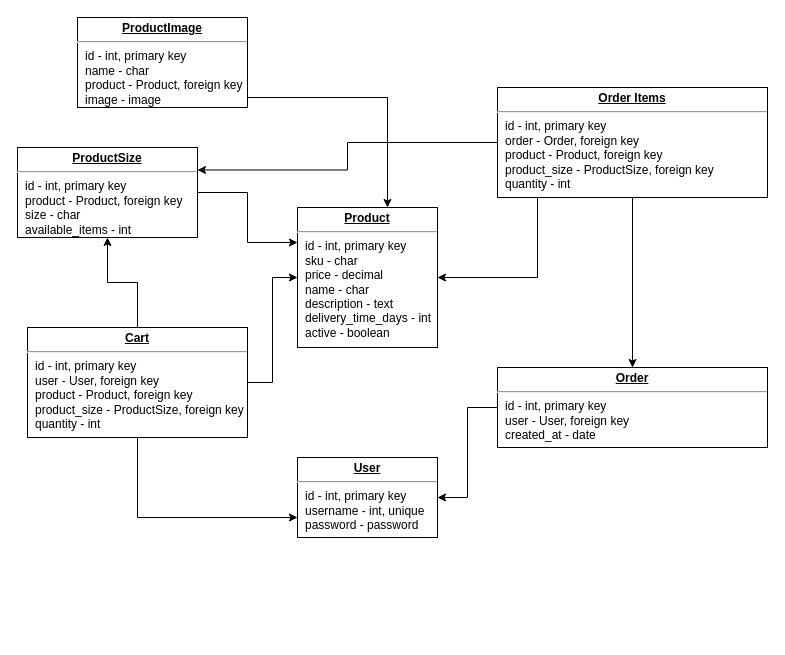
dragos-bizu/shopping-cart keeps this draw.io diagram as diagrams/database_diagram.drawio. Above is the earlier version. Source tidied: cells renumbered, new cells numbered last; positions are measured from the earlier drawing's top-left corner, leaving out a move shared by most shapes. Both pictures are drawn from the tidied source at 100%, with x=0, y=0 at pixel (17, 17).
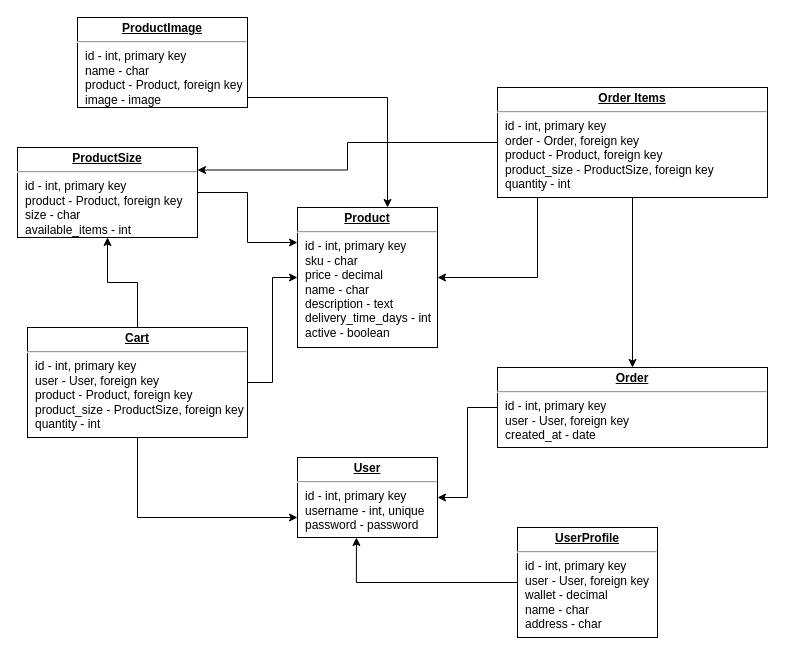
After the change.

Unchanged cells that the change refers to:
```xml
<mxCell id="13" value="&lt;p style=&quot;margin: 0px ; margin-top: 4px ; text-align: center ; text-decoration: underline&quot;&gt;&lt;b&gt;User&lt;/b&gt;&lt;/p&gt;&lt;hr&gt;&lt;p style=&quot;margin: 0px ; margin-left: 8px&quot;&gt;id - int, primary key&lt;/p&gt;&lt;p style=&quot;margin: 0px ; margin-left: 8px&quot;&gt;username - int, unique&lt;br&gt;password - password&lt;br&gt;&lt;br&gt;&lt;/p&gt;" style="verticalAlign=top;align=left;overflow=fill;fontSize=12;fontFamily=Helvetica;html=1;rounded=0;shadow=0;comic=0;labelBackgroundColor=none;strokeWidth=1;" parent="1" vertex="1">
  <mxGeometry x="280" y="440" width="140" height="80" as="geometry" />
</mxCell>
```

Change to the diagram source:
```diff
@@
+    <mxCell id="18" style="edgeStyle=orthogonalEdgeStyle;rounded=0;jettySize=auto;html=1;entryX=0.421;entryY=1;entryDx=0;entryDy=0;entryPerimeter=0;" parent="1" edge="1" source="19" target="13">
+      <mxGeometry relative="1" as="geometry" />
+    </mxCell>
+    <mxCell id="19" value="&lt;p style=&quot;margin: 0px ; margin-top: 4px ; text-align: center ; text-decoration: underline&quot;&gt;&lt;b&gt;UserProfile&lt;/b&gt;&lt;/p&gt;&lt;hr&gt;&lt;p style=&quot;margin: 0px ; margin-left: 8px&quot;&gt;id - int, primary key&lt;/p&gt;&lt;p style=&quot;margin: 0px ; margin-left: 8px&quot;&gt;user - User, foreign key&lt;br&gt;wallet - decimal&lt;/p&gt;&lt;p style=&quot;margin: 0px ; margin-left: 8px&quot;&gt;name - char&lt;/p&gt;&lt;p style=&quot;margin: 0px ; margin-left: 8px&quot;&gt;address - char&lt;br&gt;&lt;br&gt;&lt;/p&gt;" style="verticalAlign=top;align=left;overflow=fill;fontSize=12;fontFamily=Helvetica;html=1;rounded=0;shadow=0;comic=0;labelBackgroundColor=none;strokeWidth=1;" parent="1" vertex="1">
+      <mxGeometry x="500" y="510" width="140" height="110" as="geometry" />
+    </mxCell>
```
